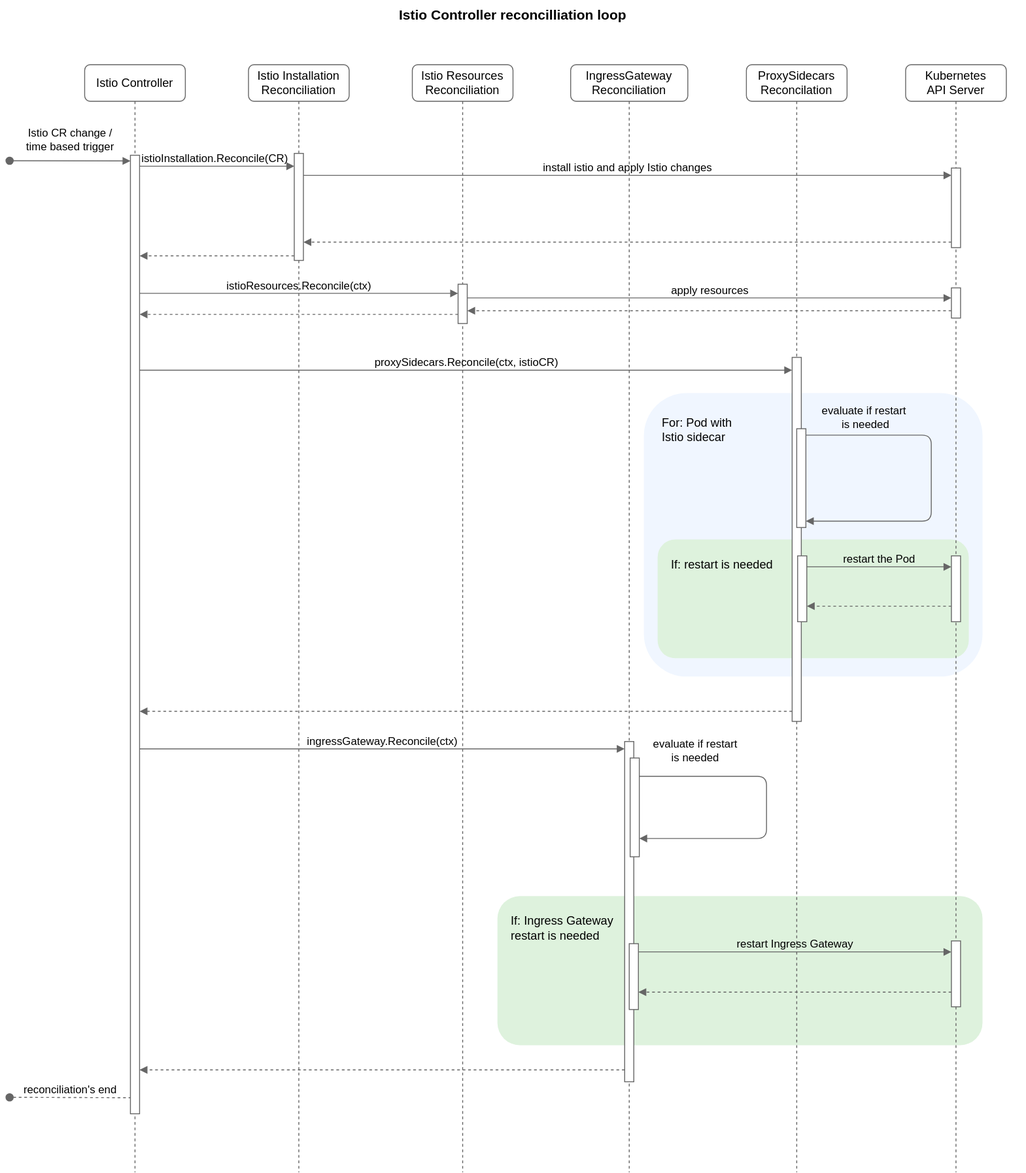
The draw.io diagram docs/assets/istio-controller-reconciliation-loop.svg in kyma-project/istio, before a commit. Source tidied: cells renumbered, new cells last; positions are measured from the earlier drawing's top-left corner, leaving out a move shared by most shapes.
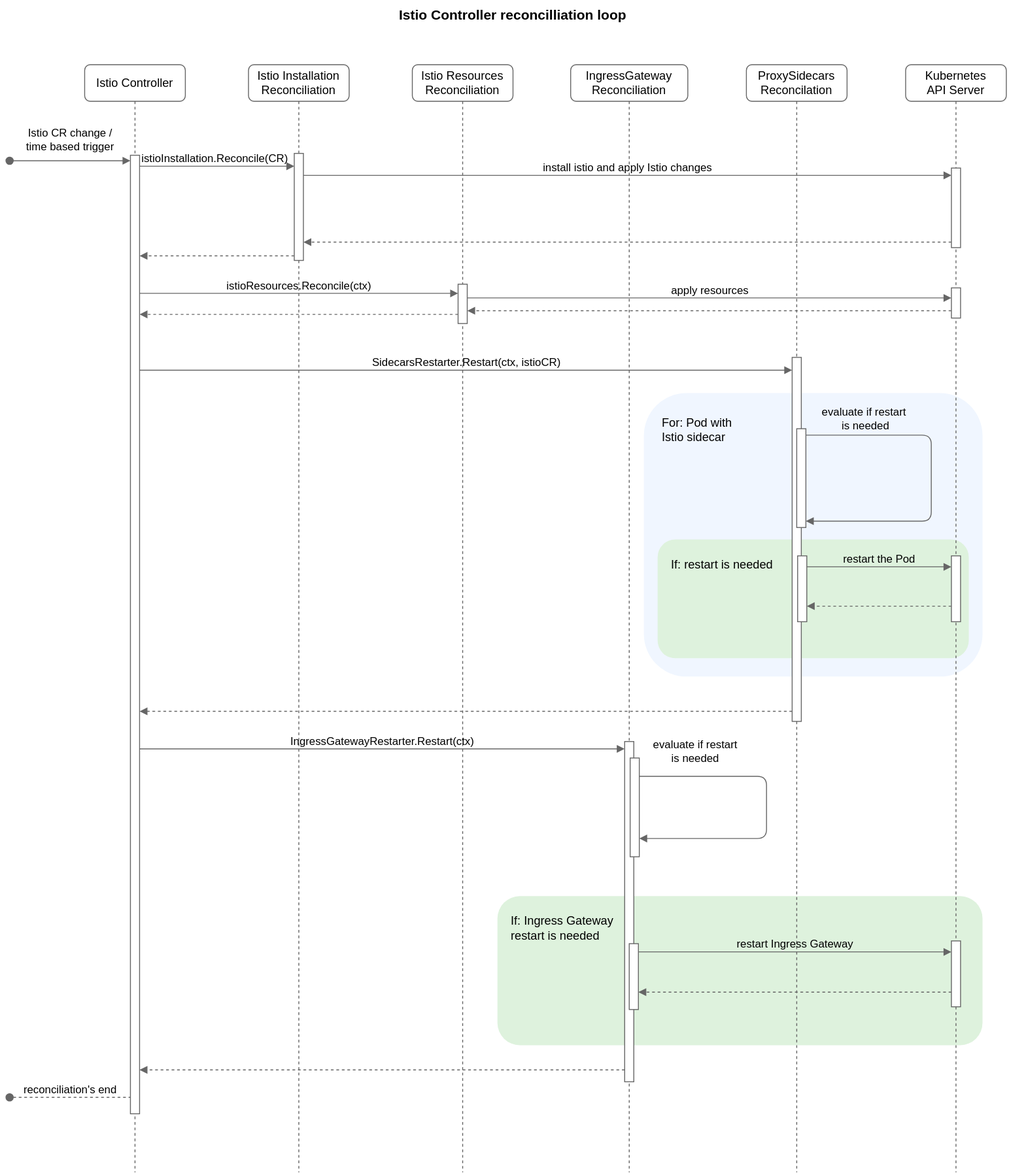
After the commit.

Commit message:
Update diagram and rename Restarters

Diff of the diagram source:
```diff
@@ -138,7 +138,7 @@
         </Array>
       </mxGeometry>
     </mxCell>
-    <mxCell id="33" value="ingressGateway.Reconcile(ctx)" style="edgeStyle=elbowEdgeStyle;shape=connector;curved=0;rounded=0;jettySize=auto;elbow=vertical;html=1;labelBackgroundColor=none;strokeColor=#666666;fontFamily=Helvetica;fontSize=12;fontColor=#000000;endArrow=block;targetPerimeterSpacing=0;spacingTop=-17;" parent="1" edge="1" target="17">
+    <mxCell id="33" value="IngressGatewayRestarter.Restart(ctx)" style="edgeStyle=elbowEdgeStyle;shape=connector;curved=0;rounded=0;jettySize=auto;elbow=vertical;html=1;labelBackgroundColor=none;strokeColor=#666666;fontFamily=Helvetica;fontSize=12;fontColor=#000000;endArrow=block;targetPerimeterSpacing=0;spacingTop=-17;" parent="1" edge="1" target="17">
       <mxGeometry relative="1" as="geometry">
         <mxPoint x="152" y="818" as="sourcePoint" />
         <Array as="points">
@@ -173,7 +173,7 @@
         </Array>
       </mxGeometry>
     </mxCell>
-    <mxCell id="38" value="proxySidecars.Reconcile(ctx, istioCR)" style="edgeStyle=elbowEdgeStyle;shape=connector;curved=0;rounded=0;jettySize=auto;elbow=vertical;html=1;labelBackgroundColor=none;strokeColor=#666666;fontFamily=Helvetica;fontSize=12;fontColor=#000000;endArrow=block;targetPerimeterSpacing=0;spacingTop=-17;" parent="1" edge="1" target="20">
+    <mxCell id="38" value="SidecarsRestarter.Restart(ctx, istioCR)" style="edgeStyle=elbowEdgeStyle;shape=connector;curved=0;rounded=0;jettySize=auto;elbow=vertical;html=1;labelBackgroundColor=none;strokeColor=#666666;fontFamily=Helvetica;fontSize=12;fontColor=#000000;endArrow=block;targetPerimeterSpacing=0;spacingTop=-17;" parent="1" edge="1" target="20">
       <mxGeometry relative="1" as="geometry">
         <mxPoint x="152" y="404" as="sourcePoint" />
         <Array as="points">
```
